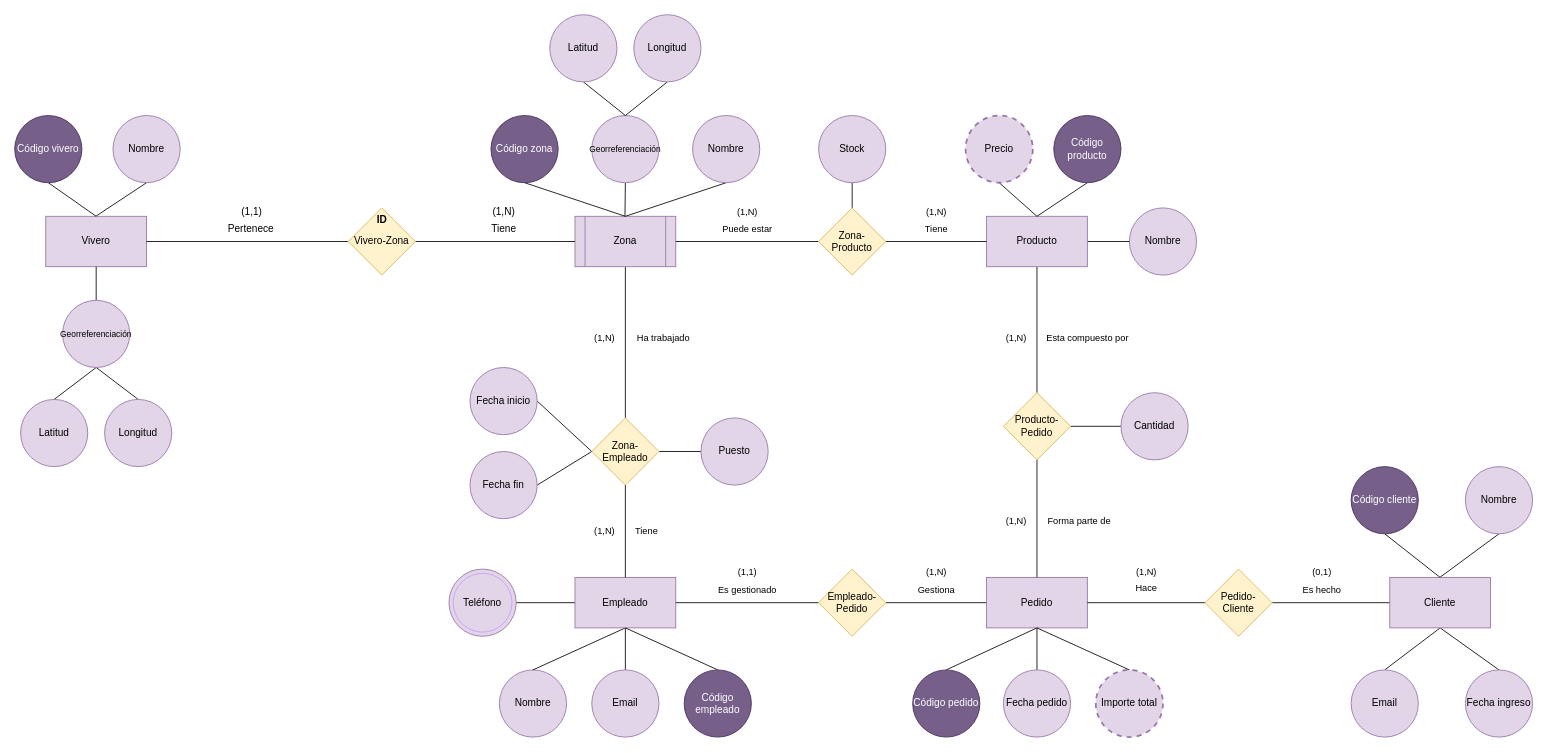
Before: esquema.drawio in Nestor-DF/ADBD-2024-2025-Practica03-PE, a draw.io diagram. Source tidied: cells renumbered, new cells numbered last; positions are measured from the earlier drawing's top-left corner, leaving out a move shared by most shapes. Both pictures are drawn from the tidied source at 84%, with x=0, y=0 at pixel (14, 14).
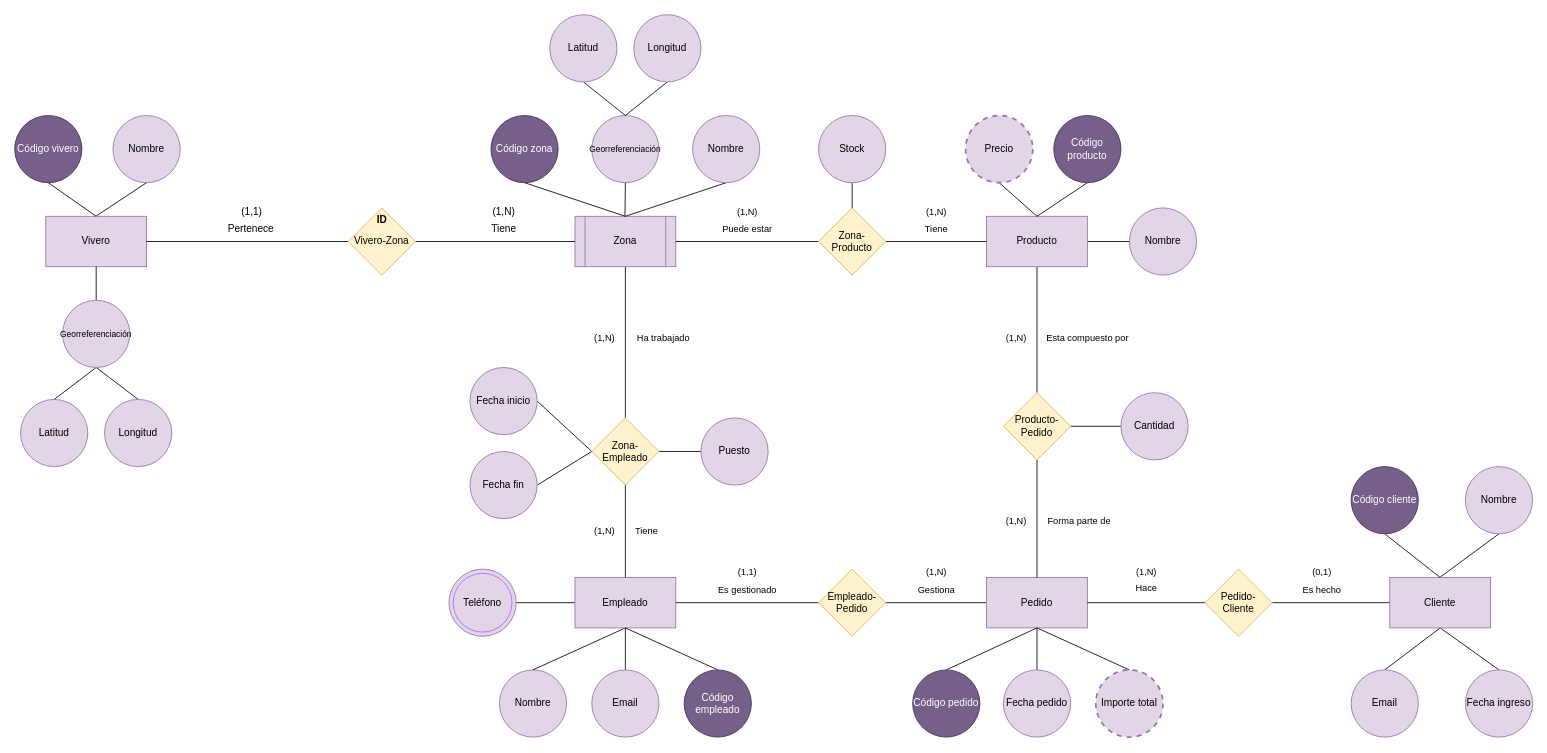
After the change.

What changed in the source:
```diff
@@
-    <mxCell id="109" style="ellipse;whiteSpace=wrap;html=1;fillColor=none;strokeColor=#CC99FF;" parent="1" vertex="1">
+    <mxCell id="109" style="ellipse;whiteSpace=wrap;html=1;fillColor=none;strokeColor=#B266FF;" parent="1" vertex="1">
       <mxGeometry x="522" y="665" width="70" height="70" as="geometry" />
     </mxCell>
```
